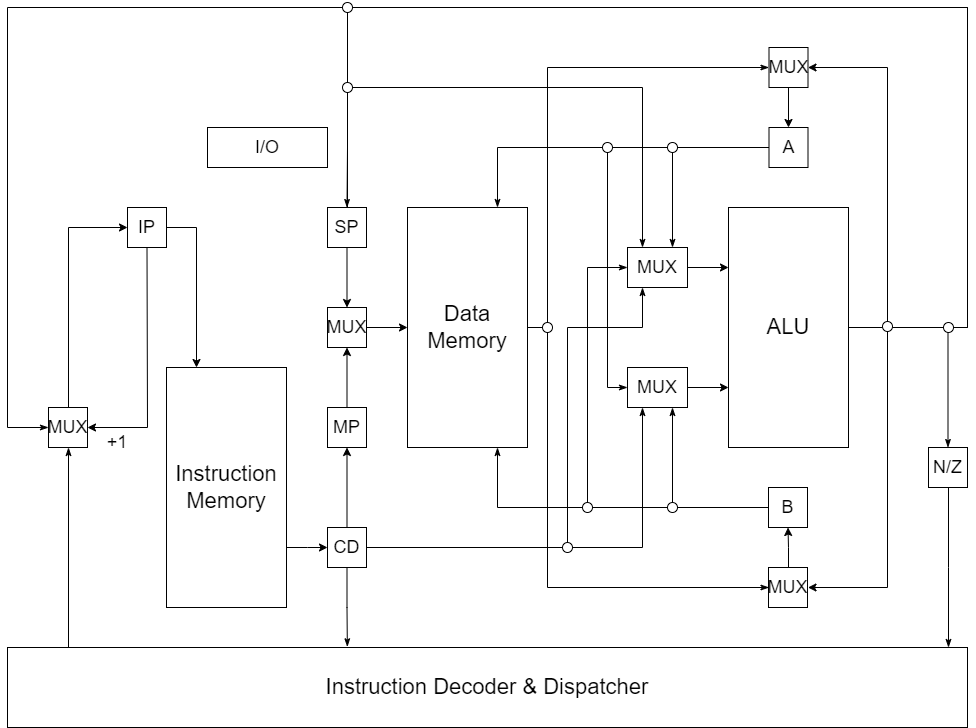
Earlier version of the draw.io export docs/processor-model.drawio.png (niqzart/carp-lang). Source tidied: cells renumbered, new cells last; positions are measured from the earlier drawing's top-left corner, leaving out a move shared by most shapes.
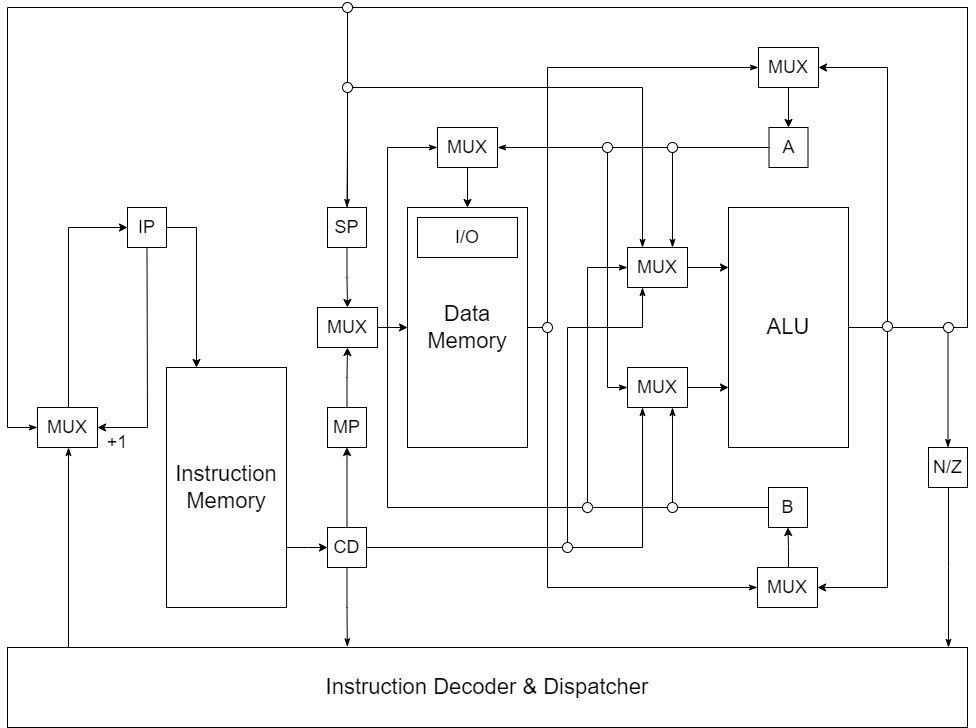
The same file after the commit.

What changed in the source:
```diff
@@ -51,7 +51,7 @@
         </Array>
       </mxGeometry>
     </mxCell>
-    <mxCell id="9" style="edgeStyle=orthogonalEdgeStyle;rounded=0;jettySize=auto;html=1;entryX=0.75;entryY=0;entryDx=0;entryDy=0;startArrow=none;startFill=0;endArrow=classicThin;endFill=1;" parent="1" edge="1" source="10" target="27">
+    <mxCell id="9" style="edgeStyle=orthogonalEdgeStyle;rounded=0;jettySize=auto;html=1;entryX=1;entryY=0.5;entryDx=0;entryDy=0;startArrow=none;startFill=0;endArrow=classicThin;endFill=1;" parent="1" edge="1" source="10" target="63">
       <mxGeometry relative="1" as="geometry" />
     </mxCell>
     <mxCell id="10" value="A" style="rounded=0;whiteSpace=wrap;html=1;fontSize=18;" parent="1" vertex="1">
@@ -77,17 +77,16 @@
       </mxGeometry>
     </mxCell>
     <mxCell id="15" value="MUX" style="rounded=0;whiteSpace=wrap;html=1;fontSize=18;" parent="1" vertex="1">
-      <mxGeometry x="761" y="565" width="39" height="40" as="geometry" />
+      <mxGeometry x="750" y="565" width="60" height="40" as="geometry" />
     </mxCell>
     <mxCell id="16" style="edgeStyle=orthogonalEdgeStyle;rounded=0;jettySize=auto;html=1;" parent="1" edge="1" source="17" target="10">
       <mxGeometry relative="1" as="geometry" />
     </mxCell>
     <mxCell id="17" value="MUX" style="rounded=0;whiteSpace=wrap;html=1;fontSize=18;" parent="1" vertex="1">
-      <mxGeometry x="761.5" y="45" width="39" height="40" as="geometry" />
+      <mxGeometry x="751" y="45" width="60" height="40" as="geometry" />
     </mxCell>
-    <mxCell id="18" style="edgeStyle=elbowEdgeStyle;rounded=0;jettySize=auto;html=1;exitX=1;exitY=0.5;exitDx=0;exitDy=0;entryX=1;entryY=0.5;entryDx=0;entryDy=0;" parent="1" edge="1" source="6">
+    <mxCell id="18" style="edgeStyle=elbowEdgeStyle;rounded=0;jettySize=auto;html=1;exitX=1;exitY=0.5;exitDx=0;exitDy=0;entryX=1;entryY=0.5;entryDx=0;entryDy=0;" parent="1" edge="1" source="6" target="15">
       <mxGeometry relative="1" as="geometry">
-        <mxPoint x="800.5" y="585" as="targetPoint" />
         <Array as="points">
           <mxPoint x="880" y="435" />
           <mxPoint x="881" y="445" />
@@ -137,9 +136,8 @@
         </Array>
       </mxGeometry>
     </mxCell>
-    <mxCell id="26" style="edgeStyle=elbowEdgeStyle;rounded=0;jettySize=auto;html=1;entryX=0;entryY=0.5;entryDx=0;entryDy=0;startArrow=none;startFill=0;endArrow=classicThin;endFill=1;" parent="1" edge="1" source="27">
+    <mxCell id="26" style="edgeStyle=elbowEdgeStyle;rounded=0;jettySize=auto;html=1;startArrow=none;startFill=0;endArrow=classicThin;endFill=1;entryX=0;entryY=0.5;entryDx=0;entryDy=0;" parent="1" edge="1" source="27" target="15">
       <mxGeometry relative="1" as="geometry">
-        <mxPoint x="761.5" y="585" as="targetPoint" />
         <Array as="points">
           <mxPoint x="540" y="325" />
           <mxPoint x="560" y="325" />
@@ -216,7 +214,7 @@
       </mxGeometry>
     </mxCell>
     <mxCell id="43" value="MUX" style="rounded=0;whiteSpace=wrap;html=1;fontSize=18;" parent="1" vertex="1">
-      <mxGeometry x="41" y="405" width="39" height="40" as="geometry" />
+      <mxGeometry x="30" y="405" width="60" height="40" as="geometry" />
     </mxCell>
     <mxCell id="44" value="+1" style="text;html=1;strokeColor=none;fillColor=none;align=center;verticalAlign=middle;whiteSpace=wrap;rounded=0;fontSize=18;" parent="1" vertex="1">
       <mxGeometry x="100" y="425" width="20" height="30" as="geometry" />
@@ -225,7 +223,7 @@
       <mxGeometry y="645" width="960" height="80" as="geometry" />
     </mxCell>
     <mxCell id="46" value="I/O" style="rounded=0;whiteSpace=wrap;html=1;fontSize=18;" parent="1" vertex="1">
-      <mxGeometry x="200" y="125" width="120" height="40" as="geometry" />
+      <mxGeometry x="410" y="215" width="100" height="40" as="geometry" />
     </mxCell>
     <mxCell id="47" style="edgeStyle=elbowEdgeStyle;rounded=0;jettySize=auto;html=1;startArrow=none;startFill=0;endArrow=classicThin;endFill=1;" parent="1" edge="1" source="48" target="45">
       <mxGeometry relative="1" as="geometry" />
@@ -233,14 +231,19 @@
     <mxCell id="48" value="N/Z" style="rounded=0;whiteSpace=wrap;html=1;fontSize=18;" parent="1" vertex="1">
       <mxGeometry x="921" y="445" width="39" height="40" as="geometry" />
     </mxCell>
-    <mxCell id="49" style="edgeStyle=orthogonalEdgeStyle;rounded=0;jettySize=auto;html=1;entryX=0.75;entryY=1;entryDx=0;entryDy=0;startArrow=none;startFill=0;endArrow=classicThin;endFill=1;exitX=0;exitY=0.5;exitDx=0;exitDy=0;" parent="1" edge="1" source="13" target="27">
-      <mxGeometry relative="1" as="geometry" />
+    <mxCell id="49" style="edgeStyle=orthogonalEdgeStyle;rounded=0;jettySize=auto;html=1;entryX=0;entryY=0.5;entryDx=0;entryDy=0;startArrow=none;startFill=0;endArrow=classicThin;endFill=1;exitX=0;exitY=0.5;exitDx=0;exitDy=0;" parent="1" edge="1" source="13" target="63">
+      <mxGeometry relative="1" as="geometry">
+        <Array as="points">
+          <mxPoint x="380" y="505" />
+          <mxPoint x="380" y="145" />
+        </Array>
+      </mxGeometry>
     </mxCell>
     <mxCell id="50" style="edgeStyle=orthogonalEdgeStyle;rounded=0;jettySize=auto;html=1;entryX=0;entryY=0.5;entryDx=0;entryDy=0;" parent="1" edge="1" source="51" target="27">
       <mxGeometry relative="1" as="geometry" />
     </mxCell>
     <mxCell id="51" value="MUX" style="rounded=0;whiteSpace=wrap;html=1;fontSize=18;" parent="1" vertex="1">
-      <mxGeometry x="320" y="305" width="39" height="40" as="geometry" />
+      <mxGeometry x="310" y="305" width="60" height="40" as="geometry" />
     </mxCell>
     <mxCell id="52" style="ellipse;whiteSpace=wrap;html=1;" parent="1" vertex="1">
       <mxGeometry x="555" y="540" width="10" height="10" as="geometry" />
@@ -272,5 +275,11 @@
     <mxCell id="61" style="ellipse;whiteSpace=wrap;html=1;" parent="1" vertex="1">
       <mxGeometry x="595" y="140" width="10" height="10" as="geometry" />
     </mxCell>
+    <mxCell id="62" style="edgeStyle=orthogonalEdgeStyle;rounded=0;jettySize=auto;html=1;entryX=0.5;entryY=0;entryDx=0;entryDy=0;" parent="1" edge="1" source="63" target="27">
+      <mxGeometry relative="1" as="geometry" />
+    </mxCell>
+    <mxCell id="63" value="MUX" style="rounded=0;whiteSpace=wrap;html=1;fontSize=18;" parent="1" vertex="1">
+      <mxGeometry x="430" y="125" width="60" height="40" as="geometry" />
+    </mxCell>
   </root>
 </mxGraphModel>
```
